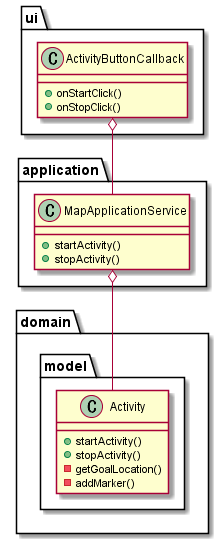
Before: docs/dev/Feature/F02/002/class-diagram.png, a diagram exported from PlantUML (chamberskaz0301/Walky_BackUp). The source it was exported from:
```plantuml
@startuml

package application {

  class MapApplicationService {
    + startActivity()
    + stopActivity()
  }

}

package ui {

  class ActivityButtonCallback {
    + onStartClick()
    + onStopClick()
  }

}

package domain {
  package model {

    class Activity {
      + startActivity()
      + stopActivity()
      - getGoalLocation()
      - addMarker()
    }

  }
}

ActivityButtonCallback o-- MapApplicationService
MapApplicationService o-- Activity

@enduml
```
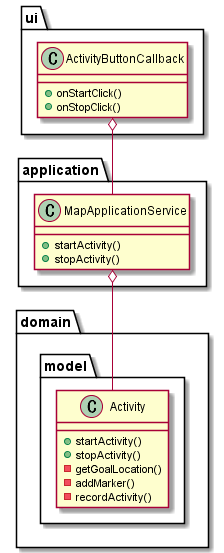
Above is the later version.

Diff of the diagram source:
```diff
@@ -26,6 +26,7 @@
       + stopActivity()
       - getGoalLocation()
       - addMarker()
+      - recordActivity()
     }
 
   }
```
